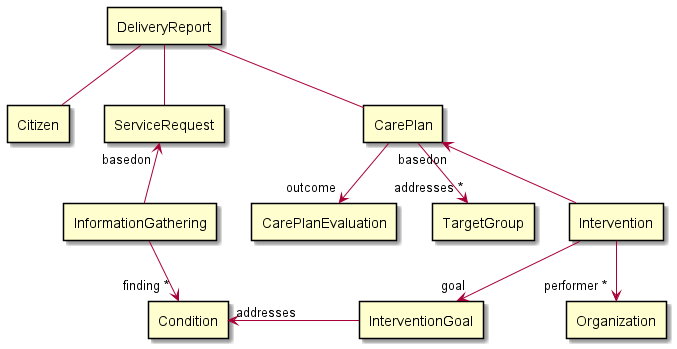
Earlier version of the PlantUML export input/images/DeliveryReport.png (hl7dk/kl-ffb-reporting).
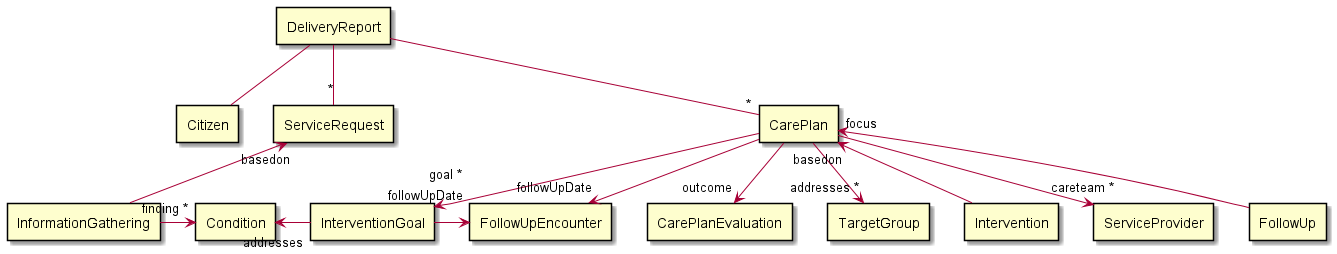
The same file after the commit.

Change to the diagram source:
```diff
@@ -4,31 +4,39 @@
 
 rectangle "Citizen" as citizen
 rectangle "ServiceRequest" as request
+
+rectangle "InformationGathering" as information
+rectangle "Condition" as condition
+
 rectangle "CarePlan" as careplan
 
-rectangle "InformationGathering" as information
 rectangle "CarePlanEvaluation" as careplanevaluation
+rectangle "InterventionGoal" as goal
+
 rectangle "TargetGroup" as targetgroup
+
 rectangle "Intervention" as intervention
+rectangle "ServiceProvider" as provider
 
-rectangle "Condition" as condition
-rectangle "InterventionGoal" as goal
-rectangle "Organization" as organization
+rectangle "FollowUp" as followup
+
+rectangle "FollowUpEncounter" as encounter
 
 report -- citizen
-report -- request
-report -- careplan
+report --"*" request
+report --"*" careplan
+
+information ->"finding *" condition
 
 request "basedon"<-- information
+careplan -->"goal *\n" goal
 careplan -->"outcome" careplanevaluation
 careplan -->"addresses *" targetgroup
 careplan "basedon"<-- intervention
-
-information -->"finding *" condition
+careplan -->"careteam *" provider
+careplan "focus"<-- followup
 condition "addresses"<- goal
 
-intervention -->"performer *" organization
-
-intervention -->"goal" goal
-
+careplan -->"followUpDate" encounter
+goal ->"followUpDate" encounter
 @enduml
```
